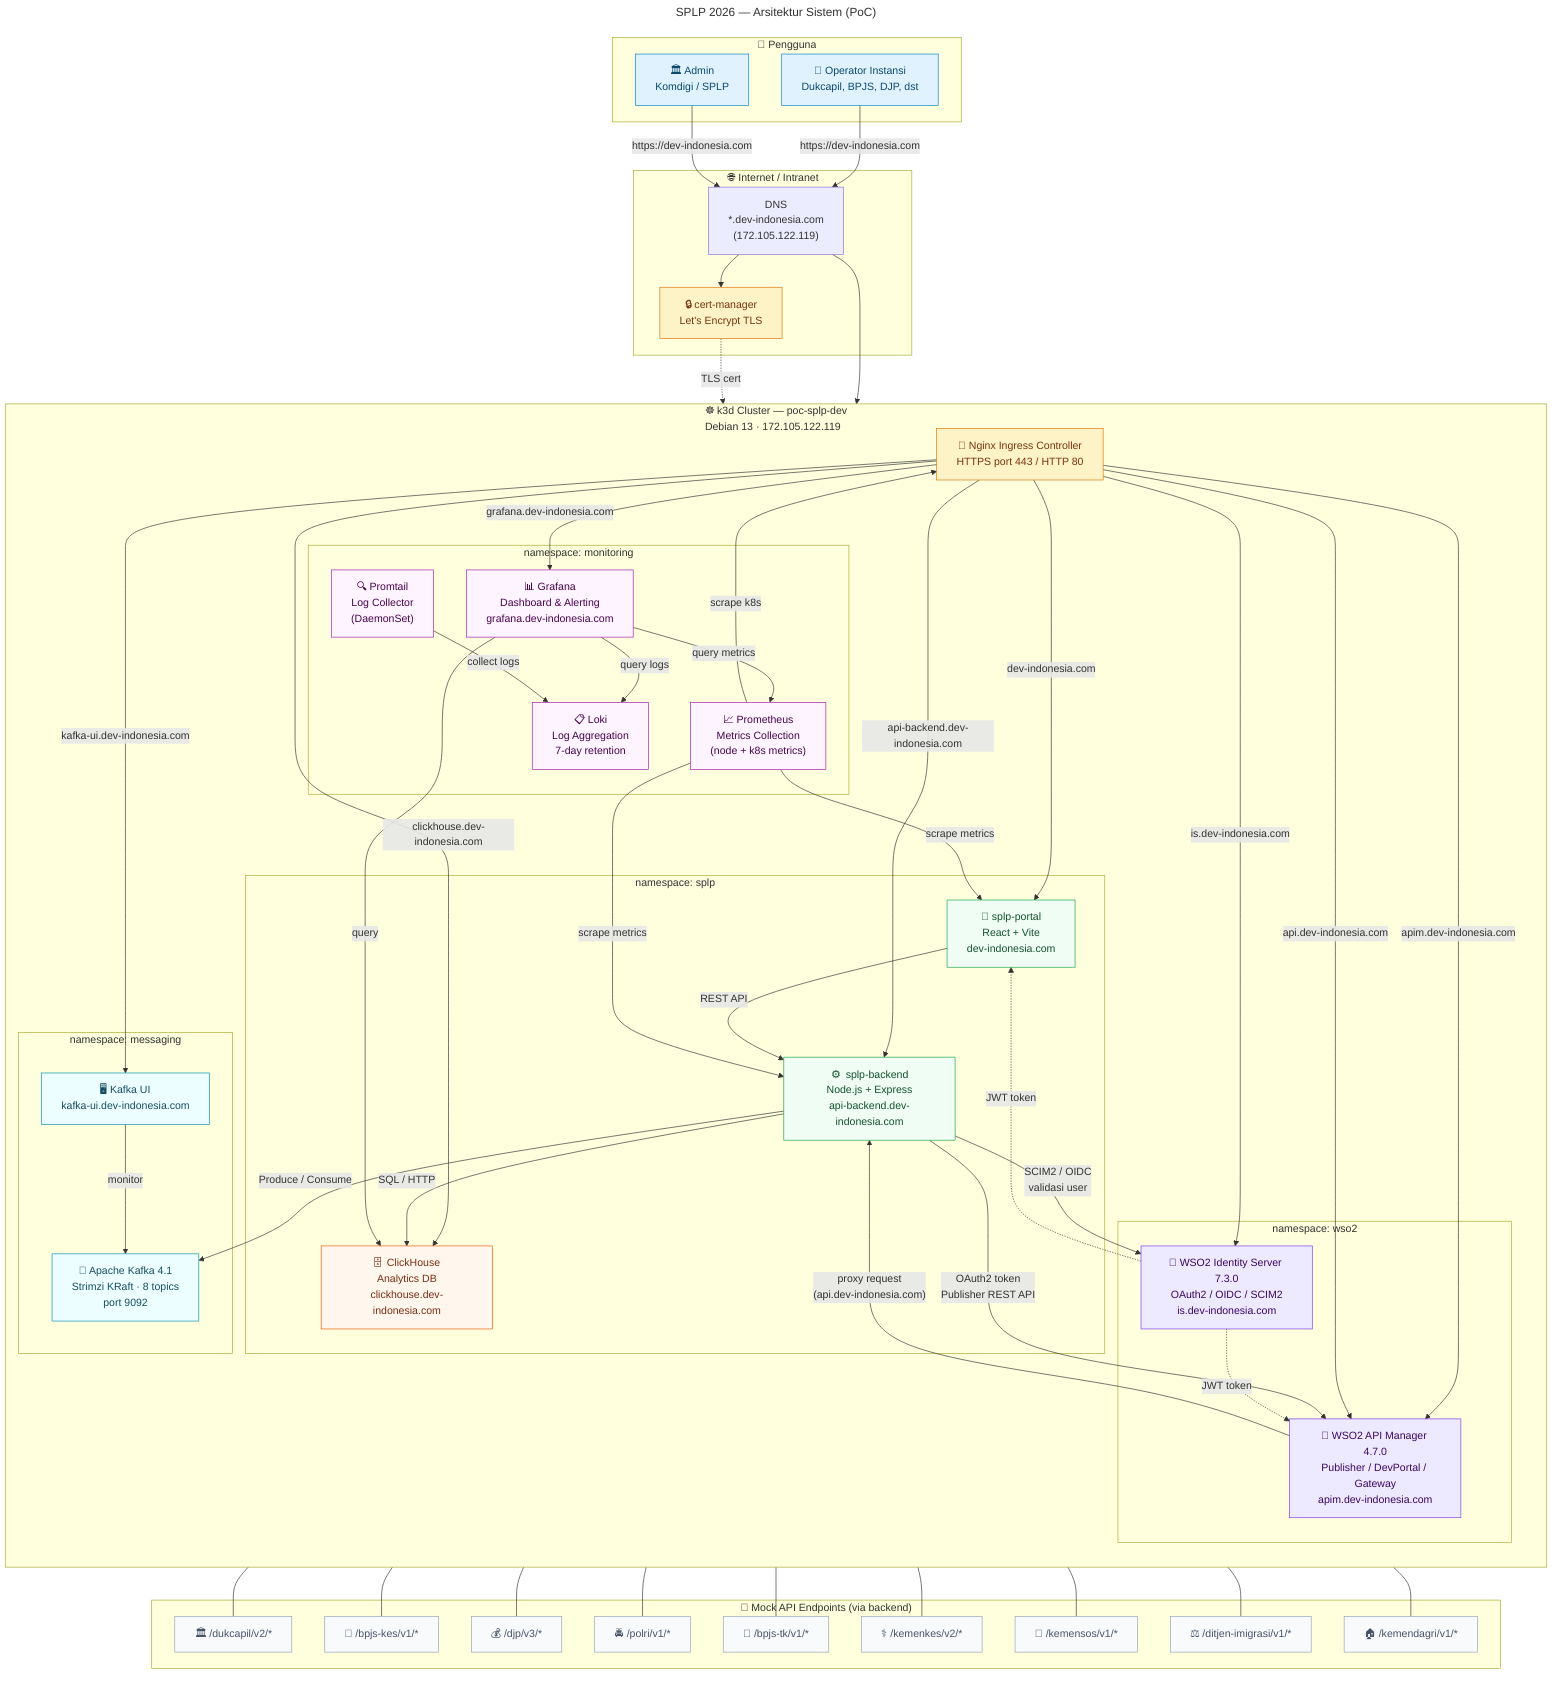
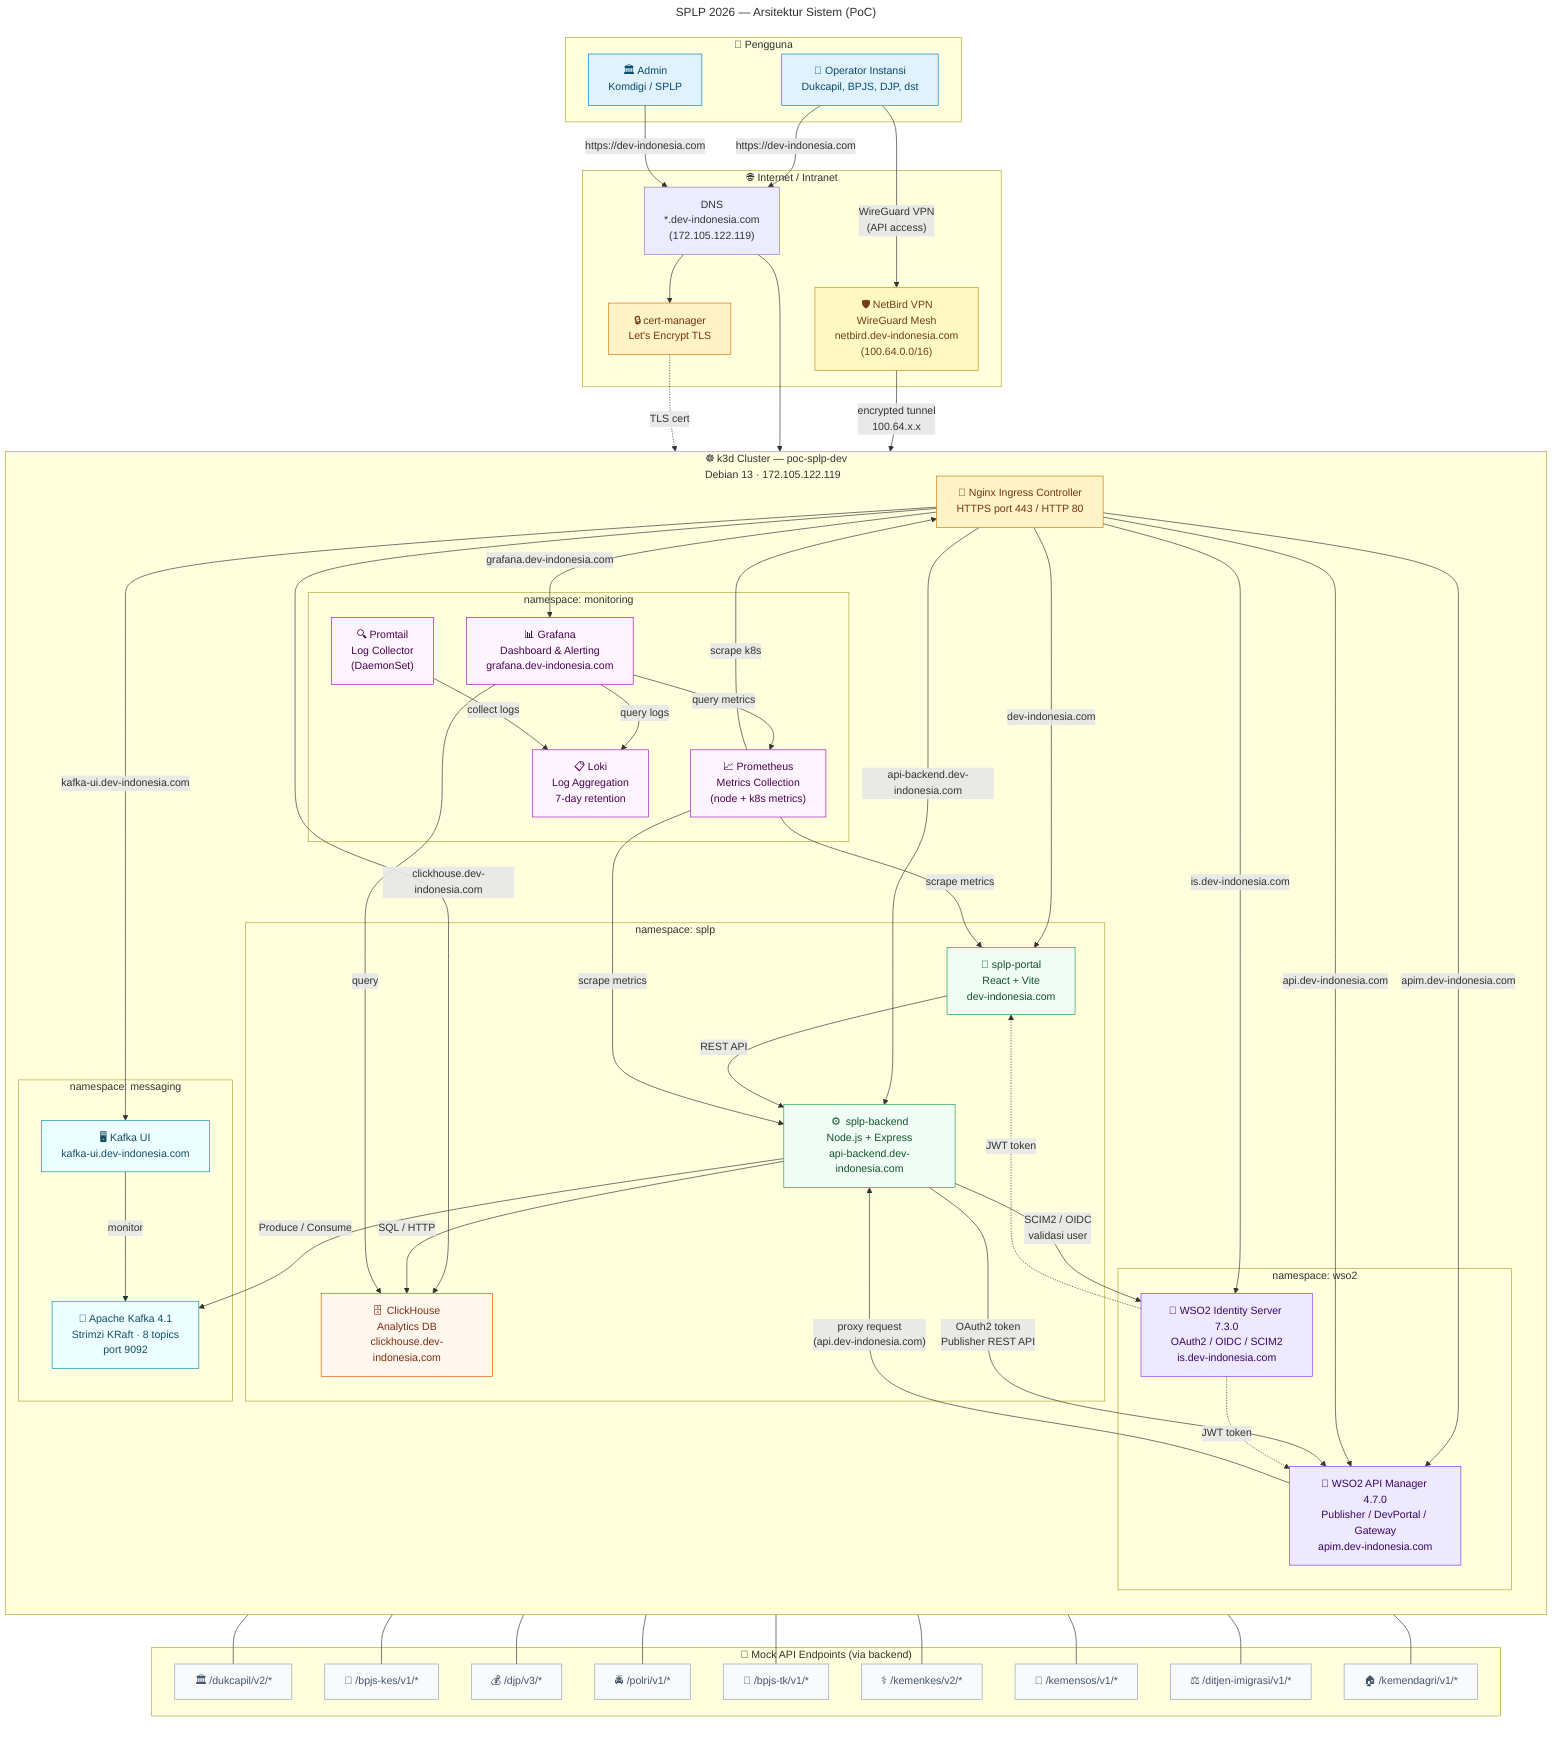
---
title: SPLP 2026 — Arsitektur Sistem (PoC)
---

flowchart TB
    subgraph USERS["👥 Pengguna"]
        UA["🏛️ Admin\nKomdigi / SPLP"]
        UB["🏢 Operator Instansi\nDukcapil, BPJS, DJP, dst"]
    end

    subgraph INTERNET["🌐 Internet / Intranet"]
        DNS["DNS\n*.dev-indonesia.com\n(172.105.122.119)"]
        CERTMGR["🔒 cert-manager\nLet's Encrypt TLS"]
+         NETBIRD["🛡️ NetBird VPN\nWireGuard Mesh\nnetbird.dev-indonesia.com\n(100.64.0.0/16)"]
    end

    subgraph K3D["☸️  k3d Cluster — poc-splp-dev\nDebian 13 · 172.105.122.119"]
        direction TB

        NGINX["🔀 Nginx Ingress Controller\nHTTPS port 443 / HTTP 80"]

        subgraph NS_SPLP["namespace: splp"]
            PORTAL["📱 splp-portal\nReact + Vite\ndev-indonesia.com"]
            BACKEND["⚙️  splp-backend\nNode.js + Express\napi-backend.dev-indonesia.com"]
            CH["🗄️  ClickHouse\nAnalytics DB\nclickhouse.dev-indonesia.com"]
        end

        subgraph NS_WSO2["namespace: wso2"]
            APIM["🔌 WSO2 API Manager 4.7.0\nPublisher / DevPortal / Gateway\napim.dev-indonesia.com"]
            IS["🔐 WSO2 Identity Server 7.3.0\nOAuth2 / OIDC / SCIM2\nis.dev-indonesia.com"]
        end

        subgraph NS_MON["namespace: monitoring"]
            GRAFANA["📊 Grafana\nDashboard & Alerting\ngrafana.dev-indonesia.com"]
            PROMETHEUS["📈 Prometheus\nMetrics Collection\n(node + k8s metrics)"]
            LOKI["📋 Loki\nLog Aggregation\n7-day retention"]
            PROMTAIL["🔍 Promtail\nLog Collector\n(DaemonSet)"]
        end

        subgraph NS_KAFKA["namespace: messaging"]
            KAFKA["📨 Apache Kafka 4.1\nStrimzi KRaft · 8 topics\nport 9092"]
            KAFKAUI["🖥️  Kafka UI\nkafka-ui.dev-indonesia.com"]
        end
    end

    subgraph MOCK["🧪 Mock API Endpoints (via backend)"]
        M1["🏛️ /dukcapil/v2/*"]
        M2["🏥 /bpjs-kes/v1/*"]
        M3["💰 /djp/v3/*"]
        M4["🚔 /polri/v1/*"]
        M5["👷 /bpjs-tk/v1/*"]
        M6["⚕️  /kemenkes/v2/*"]
        M7["🤝 /kemensos/v1/*"]
        M8["⚖️  /ditjen-imigrasi/v1/*"]
        M9["🏠 /kemendagri/v1/*"]
    end

    %% User → Ingress
    UA -->|"https://dev-indonesia.com"| DNS
    UB -->|"https://dev-indonesia.com"| DNS
+     UB -->|"WireGuard VPN\n(API access)"| NETBIRD
+     NETBIRD -->|"encrypted tunnel\n100.64.x.x"| BACKEND
    DNS --> CERTMGR
    CERTMGR -.->|"TLS cert"| NGINX
    DNS --> NGINX

    %% Ingress routing
    NGINX -->|"dev-indonesia.com"| PORTAL
    NGINX -->|"api-backend.dev-indonesia.com"| BACKEND
    NGINX -->|"apim.dev-indonesia.com"| APIM
    NGINX -->|"api.dev-indonesia.com"| APIM
    NGINX -->|"is.dev-indonesia.com"| IS
    NGINX -->|"grafana.dev-indonesia.com"| GRAFANA
    NGINX -->|"clickhouse.dev-indonesia.com"| CH
    NGINX -->|"kafka-ui.dev-indonesia.com"| KAFKAUI

    %% Portal → Backend
    PORTAL -->|"REST API"| BACKEND

    %% Backend → WSO2
    BACKEND -->|"OAuth2 token\nPublisher REST API"| APIM
    BACKEND -->|"SCIM2 / OIDC\nvalidasi user"| IS

    %% Backend → Data
    BACKEND -->|"SQL / HTTP"| CH
    BACKEND -->|"Produce / Consume"| KAFKA

    %% APIM → Mock endpoints
    APIM -->|"proxy request\n(api.dev-indonesia.com)"| BACKEND
    BACKEND --- M1 & M2 & M3 & M4 & M5 & M6 & M7 & M8 & M9

    %% Monitoring
    GRAFANA -->|"query"| CH
    GRAFANA -->|"query metrics"| PROMETHEUS
    GRAFANA -->|"query logs"| LOKI
    PROMETHEUS -->|"scrape metrics"| PORTAL
    PROMETHEUS -->|"scrape metrics"| BACKEND
    PROMETHEUS -->|"scrape k8s"| NGINX
    PROMTAIL -->|"collect logs"| LOKI
    KAFKAUI -->|"monitor"| KAFKA

    %% Auth flow
    IS -.->|"JWT token"| PORTAL
    IS -.->|"JWT token"| APIM

    %% Styling
    classDef user      fill:#e0f2fe,stroke:#0284c7,color:#0c4a6e
    classDef ingress   fill:#fef3c7,stroke:#d97706,color:#78350f
    classDef app       fill:#f0fdf4,stroke:#16a34a,color:#14532d
    classDef wso2      fill:#ede9fe,stroke:#7c3aed,color:#3b0764
    classDef data      fill:#fff7ed,stroke:#ea580c,color:#7c2d12
    classDef monitor   fill:#fdf4ff,stroke:#a21caf,color:#4a044e
    classDef kafka     fill:#ecfeff,stroke:#0891b2,color:#164e63
    classDef mock      fill:#f8fafc,stroke:#94a3b8,color:#475569
+     classDef vpn       fill:#fef9c3,stroke:#ca8a04,color:#713f12

    class UA,UB user
    class NGINX ingress
    class PORTAL,BACKEND app
    class APIM,IS wso2
    class CH data
    class GRAFANA,PROMETHEUS,LOKI,PROMTAIL monitor
+     class NETBIRD vpn
    class KAFKA,KAFKAUI kafka
    class M1,M2,M3,M4,M5,M6,M7,M8,M9 mock
    class CERTMGR ingress
